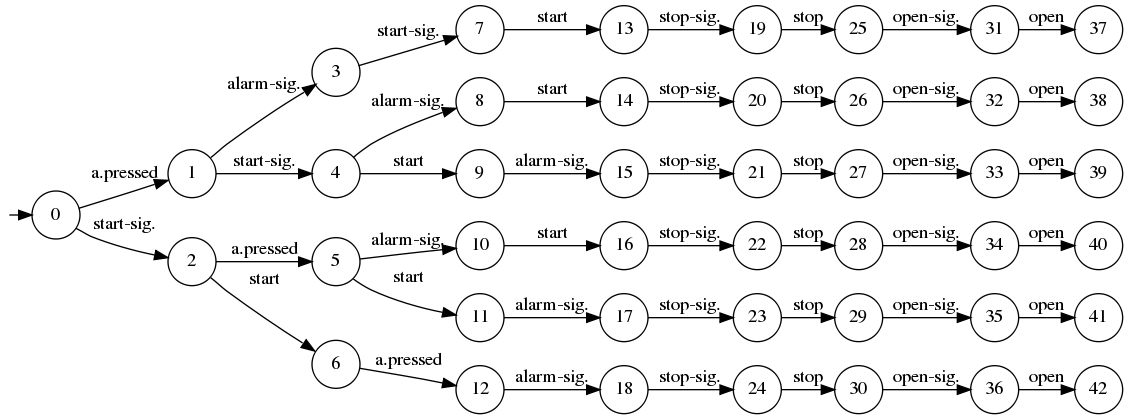
blambeau/phd keeps this Graphviz diagram as writing/src/2-framework/images/linearizations.png. Above is the earlier version. Its source is kept beside it as writing/src/2-framework/images/linearizations.dot. The source it was exported from:
```dot
digraph G {
  graph [rankdir="LR" ranksep=0];
  node [fixedsize=true width=0.5];
  zz [label="" color="white" fillcolor="white" shape="circle" style="filled" fixedsize=true width=0.0];
  0 [color="black" fillcolor="white" shape="circle" style="filled"];
  1 [color="black" fillcolor="white" shape="circle" style="filled"];
  2 [color="black" fillcolor="white" shape="circle" style="filled"];
  3 [color="black" fillcolor="white" shape="circle" style="filled"];
  4 [color="black" fillcolor="white" shape="circle" style="filled"];
  5 [color="black" fillcolor="white" shape="circle" style="filled"];
  6 [color="black" fillcolor="white" shape="circle" style="filled"];
  7 [color="black" fillcolor="white" shape="circle" style="filled"];
  8 [color="black" fillcolor="white" shape="circle" style="filled"];
  9 [color="black" fillcolor="white" shape="circle" style="filled"];
  10 [color="black" fillcolor="white" shape="circle" style="filled"];
  11 [color="black" fillcolor="white" shape="circle" style="filled"];
  12 [color="black" fillcolor="white" shape="circle" style="filled"];
  13 [color="black" fillcolor="white" shape="circle" style="filled"];
  14 [color="black" fillcolor="white" shape="circle" style="filled"];
  15 [color="black" fillcolor="white" shape="circle" style="filled"];
  16 [color="black" fillcolor="white" shape="circle" style="filled"];
  17 [color="black" fillcolor="white" shape="circle" style="filled"];
  18 [color="black" fillcolor="white" shape="circle" style="filled"];
  19 [color="black" fillcolor="white" shape="circle" style="filled"];
  20 [color="black" fillcolor="white" shape="circle" style="filled"];
  21 [color="black" fillcolor="white" shape="circle" style="filled"];
  22 [color="black" fillcolor="white" shape="circle" style="filled"];
  23 [color="black" fillcolor="white" shape="circle" style="filled"];
  24 [color="black" fillcolor="white" shape="circle" style="filled"];
  25 [color="black" fillcolor="white" shape="circle" style="filled"];
  26 [color="black" fillcolor="white" shape="circle" style="filled"];
  27 [color="black" fillcolor="white" shape="circle" style="filled"];
  28 [color="black" fillcolor="white" shape="circle" style="filled"];
  29 [color="black" fillcolor="white" shape="circle" style="filled"];
  30 [color="black" fillcolor="white" shape="circle" style="filled"];
  31 [color="black" fillcolor="white" shape="circle" style="filled"];
  32 [color="black" fillcolor="white" shape="circle" style="filled"];
  33 [color="black" fillcolor="white" shape="circle" style="filled"];
  34 [color="black" fillcolor="white" shape="circle" style="filled"];
  35 [color="black" fillcolor="white" shape="circle" style="filled"];
  36 [color="black" fillcolor="white" shape="circle" style="filled"];
  37 [color="black" fillcolor="white" shape="circle" style="filled"];
  38 [color="black" fillcolor="white" shape="circle" style="filled"];
  39 [color="black" fillcolor="white" shape="circle" style="filled"];
  40 [color="black" fillcolor="white" shape="circle" style="filled"];
  41 [color="black" fillcolor="white" shape="circle" style="filled"];
  42 [color="black" fillcolor="white" shape="circle" style="filled"];
  zz -> 0 [label=""];
  0 -> 2 [label="start-sig."];
  0 -> 1 [label="a.pressed"];
  2 -> 6 [label="start"];
  2 -> 5 [label="a.pressed"];
  6 -> 12 [label="a.pressed"];
  12 -> 18 [label="alarm-sig."];
  18 -> 24 [label="stop-sig."];
  24 -> 30 [label="stop"];
  30 -> 36 [label="open-sig."];
  36 -> 42 [label="open"];
  5 -> 10 [label="alarm-sig."];
  5 -> 11 [label="start"];
  10 -> 16 [label="start"];
  16 -> 22 [label="stop-sig."];
  22 -> 28 [label="stop"];
  28 -> 34 [label="open-sig."];
  34 -> 40 [label="open"];
  11 -> 17 [label="alarm-sig."];
  17 -> 23 [label="stop-sig."];
  23 -> 29 [label="stop"];
  29 -> 35 [label="open-sig."];
  35 -> 41 [label="open"];
  1 -> 3 [label="alarm-sig."];
  1 -> 4 [label="start-sig."];
  3 -> 7 [label="start-sig."];
  7 -> 13 [label="start"];
  13 -> 19 [label="stop-sig."];
  19 -> 25 [label="stop"];
  25 -> 31 [label="open-sig."];
  31 -> 37 [label="open"];
  4 -> 9 [label="start"];
  4 -> 8 [label="alarm-sig."];
  9 -> 15 [label="alarm-sig."];
  15 -> 21 [label="stop-sig."];
  21 -> 27 [label="stop"];
  27 -> 33 [label="open-sig."];
  33 -> 39 [label="open"];
  8 -> 14 [label="start"];
  14 -> 20 [label="stop-sig."];
  20 -> 26 [label="stop"];
  26 -> 32 [label="open-sig."];
  32 -> 38 [label="open"];
}
```
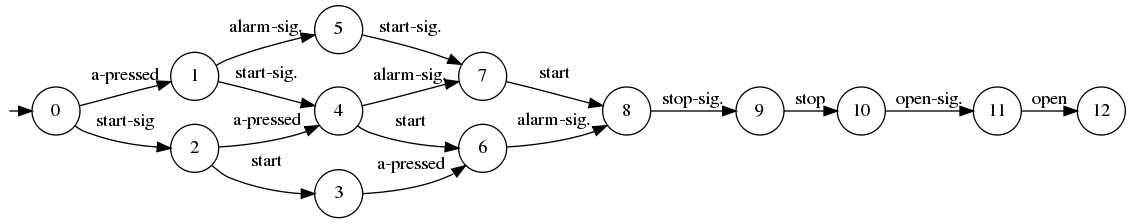
After the change.

Diff of the diagram source:
```diff
@@ -15,77 +15,21 @@
   10 [color="black" fillcolor="white" shape="circle" style="filled"];
   11 [color="black" fillcolor="white" shape="circle" style="filled"];
   12 [color="black" fillcolor="white" shape="circle" style="filled"];
-  13 [color="black" fillcolor="white" shape="circle" style="filled"];
-  14 [color="black" fillcolor="white" shape="circle" style="filled"];
-  15 [color="black" fillcolor="white" shape="circle" style="filled"];
-  16 [color="black" fillcolor="white" shape="circle" style="filled"];
-  17 [color="black" fillcolor="white" shape="circle" style="filled"];
-  18 [color="black" fillcolor="white" shape="circle" style="filled"];
-  19 [color="black" fillcolor="white" shape="circle" style="filled"];
-  20 [color="black" fillcolor="white" shape="circle" style="filled"];
-  21 [color="black" fillcolor="white" shape="circle" style="filled"];
-  22 [color="black" fillcolor="white" shape="circle" style="filled"];
-  23 [color="black" fillcolor="white" shape="circle" style="filled"];
-  24 [color="black" fillcolor="white" shape="circle" style="filled"];
-  25 [color="black" fillcolor="white" shape="circle" style="filled"];
-  26 [color="black" fillcolor="white" shape="circle" style="filled"];
-  27 [color="black" fillcolor="white" shape="circle" style="filled"];
-  28 [color="black" fillcolor="white" shape="circle" style="filled"];
-  29 [color="black" fillcolor="white" shape="circle" style="filled"];
-  30 [color="black" fillcolor="white" shape="circle" style="filled"];
-  31 [color="black" fillcolor="white" shape="circle" style="filled"];
-  32 [color="black" fillcolor="white" shape="circle" style="filled"];
-  33 [color="black" fillcolor="white" shape="circle" style="filled"];
-  34 [color="black" fillcolor="white" shape="circle" style="filled"];
-  35 [color="black" fillcolor="white" shape="circle" style="filled"];
-  36 [color="black" fillcolor="white" shape="circle" style="filled"];
-  37 [color="black" fillcolor="white" shape="circle" style="filled"];
-  38 [color="black" fillcolor="white" shape="circle" style="filled"];
-  39 [color="black" fillcolor="white" shape="circle" style="filled"];
-  40 [color="black" fillcolor="white" shape="circle" style="filled"];
-  41 [color="black" fillcolor="white" shape="circle" style="filled"];
-  42 [color="black" fillcolor="white" shape="circle" style="filled"];
   zz -> 0 [label=""];
-  0 -> 2 [label="start-sig."];
-  0 -> 1 [label="a.pressed"];
-  2 -> 6 [label="start"];
-  2 -> 5 [label="a.pressed"];
-  6 -> 12 [label="a.pressed"];
-  12 -> 18 [label="alarm-sig."];
-  18 -> 24 [label="stop-sig."];
-  24 -> 30 [label="stop"];
-  30 -> 36 [label="open-sig."];
-  36 -> 42 [label="open"];
-  5 -> 10 [label="alarm-sig."];
-  5 -> 11 [label="start"];
-  10 -> 16 [label="start"];
-  16 -> 22 [label="stop-sig."];
-  22 -> 28 [label="stop"];
-  28 -> 34 [label="open-sig."];
-  34 -> 40 [label="open"];
-  11 -> 17 [label="alarm-sig."];
-  17 -> 23 [label="stop-sig."];
-  23 -> 29 [label="stop"];
-  29 -> 35 [label="open-sig."];
-  35 -> 41 [label="open"];
-  1 -> 3 [label="alarm-sig."];
+  10 -> 11 [label="open-sig."];
+  11 -> 12 [label="open"];
+  9 -> 10 [label="stop"];
+  8 -> 9 [label="stop-sig."];
+  6 -> 8 [label="alarm-sig."];
+  7 -> 8 [label="start"];
+  5 -> 7 [label="start-sig."];
+  4 -> 7 [label="alarm-sig."];
+  4 -> 6 [label="start"];
+  1 -> 5 [label="alarm-sig."];
   1 -> 4 [label="start-sig."];
-  3 -> 7 [label="start-sig."];
-  7 -> 13 [label="start"];
-  13 -> 19 [label="stop-sig."];
-  19 -> 25 [label="stop"];
-  25 -> 31 [label="open-sig."];
-  31 -> 37 [label="open"];
-  4 -> 9 [label="start"];
-  4 -> 8 [label="alarm-sig."];
-  9 -> 15 [label="alarm-sig."];
-  15 -> 21 [label="stop-sig."];
-  21 -> 27 [label="stop"];
-  27 -> 33 [label="open-sig."];
-  33 -> 39 [label="open"];
-  8 -> 14 [label="start"];
-  14 -> 20 [label="stop-sig."];
-  20 -> 26 [label="stop"];
-  26 -> 32 [label="open-sig."];
-  32 -> 38 [label="open"];
+  2 -> 3 [label="start"];
+  2 -> 4 [label="a-pressed"];
+  0 -> 2 [label="start-sig"];
+  0 -> 1 [label="a-pressed"];
+  3 -> 6 [label="a-pressed"];
 }
```
